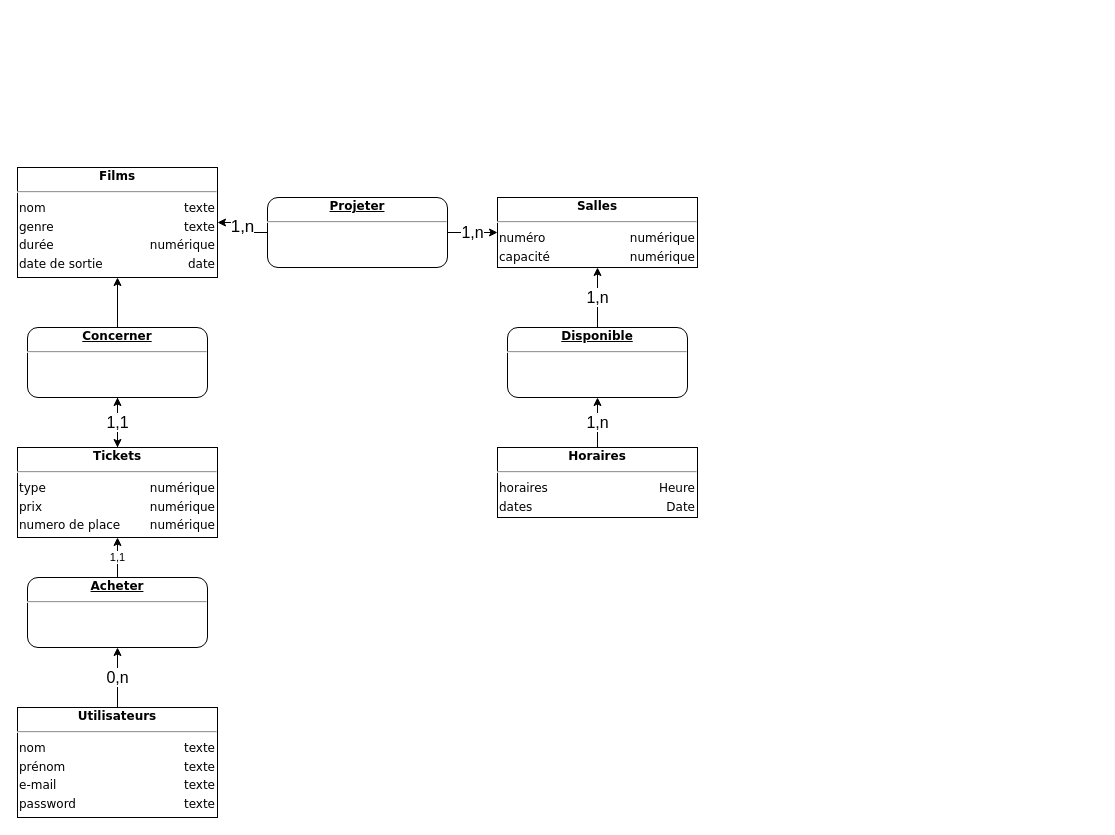
The draw.io diagram Documentation/projweb.drawio in TCamoes15/PROJWEB-BDD, before the edit. Source tidied: cells renumbered, new cells numbered last; positions are measured from the earlier drawing's top-left corner, leaving out a move shared by most shapes. Both pictures are drawn from the tidied source at 100%, with x=0, y=0 at pixel (17, 167).
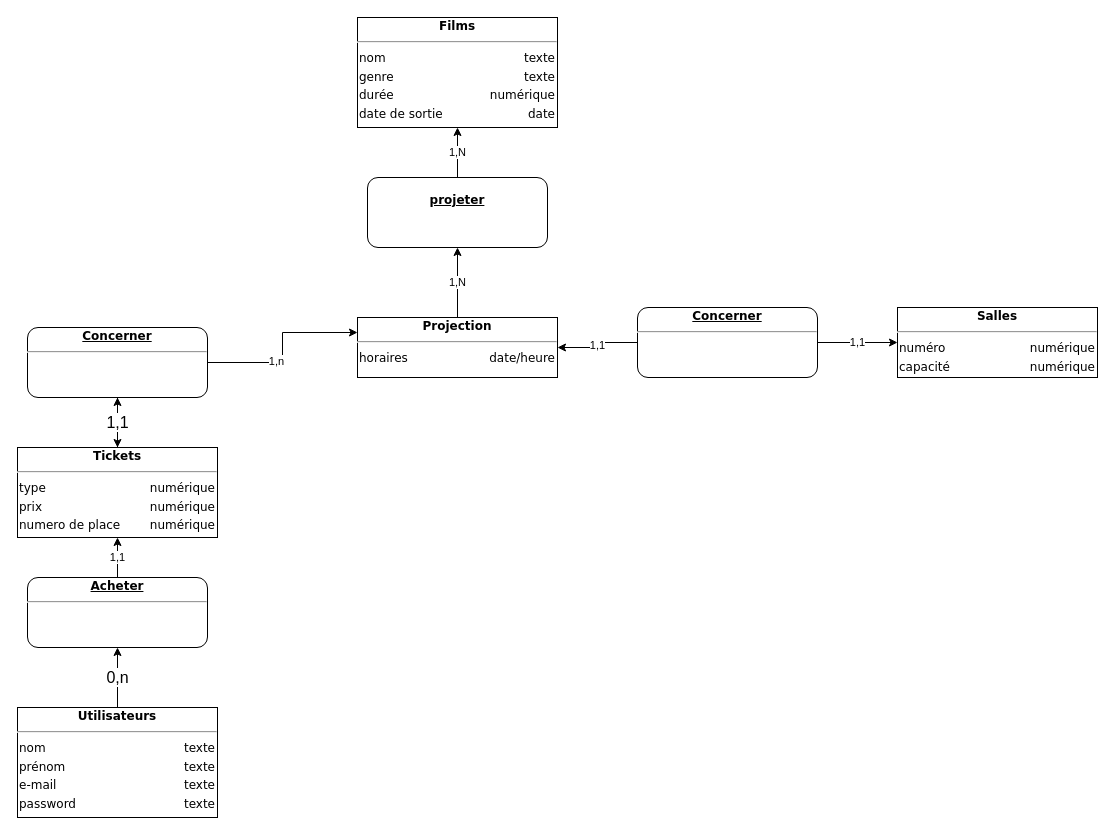
Above is the later version.

The change refers to these unchanged cells:
```xml
<mxCell id="14" value="&lt;div style=&quot;box-sizing: border-box ; width: 100% ; padding: 2px&quot;&gt;&lt;span style=&quot;background-color: rgb(255 , 255 , 255)&quot;&gt;&lt;b&gt;&lt;u&gt;Concerner&lt;/u&gt;&lt;/b&gt;&lt;/span&gt;&lt;/div&gt;&lt;hr&gt;&lt;table style=&quot;width: 100% ; font-size: 1em&quot; cellpadding=&quot;2&quot; cellspacing=&quot;0&quot;&gt;&lt;tbody&gt;&lt;tr&gt;&lt;td style=&quot;text-align: left&quot;&gt;&lt;br&gt;&lt;/td&gt;&lt;td style=&quot;text-align: right&quot;&gt;&lt;br&gt;&lt;/td&gt;&lt;/tr&gt;&lt;tr&gt;&lt;td style=&quot;text-align: left&quot;&gt;&lt;br&gt;&lt;/td&gt;&lt;td style=&quot;text-align: right&quot;&gt;&lt;br&gt;&lt;/td&gt;&lt;/tr&gt;&lt;/tbody&gt;&lt;/table&gt;" style="verticalAlign=top;align=center;overflow=fill;html=1;rounded=1;shadow=0;comic=0;labelBackgroundColor=none;strokeColor=#000000;strokeWidth=1;fillColor=#ffffff;fontFamily=Verdana;fontSize=12;fontColor=#000000;" parent="1" vertex="1">
  <mxGeometry x="10" y="160" width="180" height="70" as="geometry" />
</mxCell>
```

The edit, as a diff of the source:
```diff
@@
     <mxCell id="4" value="&lt;div style=&quot;box-sizing: border-box ; width: 100% ; padding: 2px&quot;&gt;&lt;span style=&quot;background-color: rgb(255 , 255 , 255)&quot;&gt;&lt;b&gt;Films&lt;/b&gt;&lt;/span&gt;&lt;/div&gt;&lt;hr&gt;&lt;table style=&quot;width: 100% ; font-size: 1em&quot; cellpadding=&quot;2&quot; cellspacing=&quot;0&quot;&gt;&lt;tbody&gt;&lt;tr&gt;&lt;td style=&quot;text-align: left&quot;&gt;nom&amp;nbsp;&lt;/td&gt;&lt;td style=&quot;text-align: right&quot;&gt;texte&lt;/td&gt;&lt;/tr&gt;&lt;tr&gt;&lt;td style=&quot;text-align: left&quot;&gt;genre&lt;/td&gt;&lt;td style=&quot;text-align: right&quot;&gt;texte&lt;/td&gt;&lt;/tr&gt;&lt;tr&gt;&lt;td style=&quot;text-align: left&quot;&gt;durée&lt;/td&gt;&lt;td style=&quot;text-align: right&quot;&gt;numérique&lt;/td&gt;&lt;/tr&gt;&lt;tr&gt;&lt;td style=&quot;text-align: left&quot;&gt;date de sortie&lt;/td&gt;&lt;td style=&quot;text-align: right&quot;&gt;date&lt;/td&gt;&lt;/tr&gt;&lt;/tbody&gt;&lt;/table&gt;" style="verticalAlign=top;align=center;overflow=fill;html=1;rounded=0;shadow=0;comic=0;labelBackgroundColor=none;strokeColor=#000000;strokeWidth=1;fillColor=#ffffff;fontFamily=Verdana;fontSize=12;fontColor=#000000;" parent="1" vertex="1">
-      <mxGeometry width="200" height="110" as="geometry" />
+      <mxGeometry x="340" y="-150" width="200" height="110" as="geometry" />
     </mxCell>
     <mxCell id="5" value="&lt;div style=&quot;box-sizing: border-box ; width: 100% ; padding: 2px&quot;&gt;&lt;span style=&quot;background-color: rgb(255 , 255 , 255)&quot;&gt;&lt;b&gt;Salles&lt;/b&gt;&lt;/span&gt;&lt;/div&gt;&lt;hr&gt;&lt;table style=&quot;width: 100% ; font-size: 1em&quot; cellpadding=&quot;2&quot; cellspacing=&quot;0&quot;&gt;&lt;tbody&gt;&lt;tr&gt;&lt;td style=&quot;text-align: left&quot;&gt;numéro&lt;/td&gt;&lt;td style=&quot;text-align: right&quot;&gt;numérique&lt;/td&gt;&lt;/tr&gt;&lt;tr&gt;&lt;td style=&quot;text-align: left&quot;&gt;capacité&lt;/td&gt;&lt;td style=&quot;text-align: right&quot;&gt;numérique&lt;/td&gt;&lt;/tr&gt;&lt;tr&gt;&lt;td style=&quot;text-align: left&quot;&gt;&lt;/td&gt;&lt;td style=&quot;text-align: right&quot;&gt;&lt;br&gt;&lt;/td&gt;&lt;/tr&gt;&lt;/tbody&gt;&lt;/table&gt;" style="verticalAlign=top;align=center;overflow=fill;html=1;rounded=0;shadow=0;comic=0;labelBackgroundColor=none;strokeColor=#000000;strokeWidth=1;fillColor=#ffffff;fontFamily=Verdana;fontSize=12;fontColor=#000000;" parent="1" vertex="1">
-      <mxGeometry x="480" y="30" width="200" height="70" as="geometry" />
+      <mxGeometry x="880" y="140" width="200" height="70" as="geometry" />
     </mxCell>
@@
-    <mxCell id="8" value="&lt;font style=&quot;font-size: 16px&quot;&gt;1,n&lt;/font&gt;" style="edgeStyle=orthogonalEdgeStyle;rounded=0;jettySize=auto;html=1;exitX=0.5;exitY=0;exitDx=0;exitDy=0;entryX=0.5;entryY=1;entryDx=0;entryDy=0;" parent="1" edge="1" source="9" target="16">
-      <mxGeometry relative="1" as="geometry" />
-    </mxCell>
-    <mxCell id="9" value="&lt;div style=&quot;box-sizing: border-box ; width: 100% ; padding: 2px&quot;&gt;&lt;span style=&quot;background-color: rgb(255 , 255 , 255)&quot;&gt;&lt;b&gt;Horaires&lt;/b&gt;&lt;/span&gt;&lt;/div&gt;&lt;hr&gt;&lt;table style=&quot;width: 100% ; font-size: 1em&quot; cellpadding=&quot;2&quot; cellspacing=&quot;0&quot;&gt;&lt;tbody&gt;&lt;tr&gt;&lt;td style=&quot;text-align: left&quot;&gt;horaires&lt;/td&gt;&lt;td style=&quot;text-align: right&quot;&gt;Heure&lt;/td&gt;&lt;/tr&gt;&lt;tr&gt;&lt;td style=&quot;text-align: left&quot;&gt;dates&lt;/td&gt;&lt;td style=&quot;text-align: right&quot;&gt;Date&lt;/td&gt;&lt;/tr&gt;&lt;tr&gt;&lt;td style=&quot;text-align: left&quot;&gt;&lt;/td&gt;&lt;td style=&quot;text-align: right&quot;&gt;&lt;br&gt;&lt;/td&gt;&lt;/tr&gt;&lt;/tbody&gt;&lt;/table&gt;" style="verticalAlign=top;align=center;overflow=fill;html=1;rounded=0;shadow=0;comic=0;labelBackgroundColor=none;strokeColor=#000000;strokeWidth=1;fillColor=#ffffff;fontFamily=Verdana;fontSize=12;fontColor=#000000;" parent="1" vertex="1">
-      <mxGeometry x="480" y="280" width="200" height="70" as="geometry" />
-    </mxCell>
@@
-    <mxCell id="12" style="edgeStyle=orthogonalEdgeStyle;rounded=0;jettySize=auto;html=1;exitX=0.5;exitY=0;exitDx=0;exitDy=0;entryX=0.5;entryY=1;entryDx=0;entryDy=0;" parent="1" edge="1" source="14" target="4">
-      <mxGeometry relative="1" as="geometry" />
-    </mxCell>
@@
+    <mxCell id="20" style="edgeStyle=orthogonalEdgeStyle;rounded=0;jettySize=auto;html=1;entryX=0;entryY=0.25;entryDx=0;entryDy=0;" parent="1" edge="1" source="14" target="23">
+      <mxGeometry relative="1" as="geometry" />
+    </mxCell>
+    <mxCell id="21" value="1,n" style="edgeLabel;html=1;align=center;verticalAlign=middle;" parent="20" vertex="1">
+      <mxGeometry x="-0.24" y="2" relative="1" as="geometry" />
+    </mxCell>
@@
-    <mxCell id="15" value="&lt;font style=&quot;font-size: 16px&quot;&gt;1,n&lt;/font&gt;" style="edgeStyle=orthogonalEdgeStyle;rounded=0;jettySize=auto;html=1;exitX=0.5;exitY=0;exitDx=0;exitDy=0;entryX=0.5;entryY=1;entryDx=0;entryDy=0;" parent="1" edge="1" source="16" target="5">
-      <mxGeometry relative="1" as="geometry" />
-    </mxCell>
-    <mxCell id="16" value="&lt;div style=&quot;box-sizing: border-box ; width: 100% ; padding: 2px&quot;&gt;&lt;span style=&quot;background-color: rgb(255 , 255 , 255)&quot;&gt;&lt;b&gt;&lt;u&gt;Disponible&lt;/u&gt;&lt;/b&gt;&lt;/span&gt;&lt;/div&gt;&lt;hr&gt;&lt;table style=&quot;width: 100% ; font-size: 1em&quot; cellpadding=&quot;2&quot; cellspacing=&quot;0&quot;&gt;&lt;tbody&gt;&lt;tr&gt;&lt;td style=&quot;text-align: left&quot;&gt;&lt;br&gt;&lt;/td&gt;&lt;td style=&quot;text-align: right&quot;&gt;&lt;br&gt;&lt;/td&gt;&lt;/tr&gt;&lt;tr&gt;&lt;td style=&quot;text-align: left&quot;&gt;&lt;br&gt;&lt;/td&gt;&lt;td style=&quot;text-align: right&quot;&gt;&lt;br&gt;&lt;/td&gt;&lt;/tr&gt;&lt;/tbody&gt;&lt;/table&gt;" style="verticalAlign=top;align=center;overflow=fill;html=1;rounded=1;shadow=0;comic=0;labelBackgroundColor=none;strokeColor=#000000;strokeWidth=1;fillColor=#ffffff;fontFamily=Verdana;fontSize=12;fontColor=#000000;" parent="1" vertex="1">
-      <mxGeometry x="490" y="160" width="180" height="70" as="geometry" />
-    </mxCell>
-    <mxCell id="17" value="&lt;font style=&quot;font-size: 16px&quot;&gt;1,n&lt;/font&gt;" style="edgeStyle=orthogonalEdgeStyle;rounded=0;jettySize=auto;html=1;exitX=1;exitY=0.5;exitDx=0;exitDy=0;entryX=0;entryY=0.5;entryDx=0;entryDy=0;" parent="1" edge="1" source="19" target="5">
-      <mxGeometry relative="1" as="geometry" />
-    </mxCell>
-    <mxCell id="18" value="&lt;font style=&quot;font-size: 17px&quot;&gt;1,n&lt;/font&gt;" style="edgeStyle=orthogonalEdgeStyle;rounded=0;jettySize=auto;html=1;exitX=0;exitY=0.5;exitDx=0;exitDy=0;entryX=1;entryY=0.5;entryDx=0;entryDy=0;" parent="1" edge="1" source="19" target="4">
-      <mxGeometry relative="1" as="geometry" />
-    </mxCell>
-    <mxCell id="19" value="&lt;div style=&quot;box-sizing: border-box ; width: 100% ; padding: 2px&quot;&gt;&lt;span style=&quot;background-color: rgb(255 , 255 , 255)&quot;&gt;&lt;b&gt;&lt;u&gt;Projeter&lt;/u&gt;&lt;/b&gt;&lt;/span&gt;&lt;/div&gt;&lt;hr&gt;&lt;table style=&quot;width: 100% ; font-size: 1em&quot; cellpadding=&quot;2&quot; cellspacing=&quot;0&quot;&gt;&lt;tbody&gt;&lt;tr&gt;&lt;td style=&quot;text-align: left&quot;&gt;&lt;br&gt;&lt;/td&gt;&lt;td style=&quot;text-align: right&quot;&gt;&lt;br&gt;&lt;/td&gt;&lt;/tr&gt;&lt;tr&gt;&lt;td style=&quot;text-align: left&quot;&gt;&lt;br&gt;&lt;/td&gt;&lt;td style=&quot;text-align: right&quot;&gt;&lt;br&gt;&lt;/td&gt;&lt;/tr&gt;&lt;/tbody&gt;&lt;/table&gt;" style="verticalAlign=top;align=center;overflow=fill;html=1;rounded=1;shadow=0;comic=0;labelBackgroundColor=none;strokeColor=#000000;strokeWidth=1;fillColor=#ffffff;fontFamily=Verdana;fontSize=12;fontColor=#000000;" parent="1" vertex="1">
-      <mxGeometry x="250" y="30" width="180" height="70" as="geometry" />
-    </mxCell>
+    <mxCell id="22" value="1,N" style="edgeStyle=orthogonalEdgeStyle;rounded=0;jettySize=auto;html=1;exitX=0.5;exitY=0;exitDx=0;exitDy=0;" parent="1" edge="1" source="23" target="25">
+      <mxGeometry relative="1" as="geometry" />
+    </mxCell>
+    <mxCell id="23" value="&lt;div style=&quot;box-sizing: border-box ; width: 100% ; padding: 2px&quot;&gt;&lt;span style=&quot;background-color: rgb(255 , 255 , 255)&quot;&gt;&lt;b&gt;Projection&lt;/b&gt;&lt;/span&gt;&lt;/div&gt;&lt;hr&gt;&lt;table style=&quot;width: 100% ; font-size: 1em&quot; cellpadding=&quot;2&quot; cellspacing=&quot;0&quot;&gt;&lt;tbody&gt;&lt;tr&gt;&lt;td style=&quot;text-align: left&quot;&gt;horaires&lt;/td&gt;&lt;td style=&quot;text-align: right&quot;&gt;date/heure&lt;/td&gt;&lt;/tr&gt;&lt;tr&gt;&lt;td style=&quot;text-align: left&quot;&gt;&lt;br&gt;&lt;/td&gt;&lt;td style=&quot;text-align: right&quot;&gt;&lt;/td&gt;&lt;/tr&gt;&lt;/tbody&gt;&lt;/table&gt;" style="verticalAlign=top;align=center;overflow=fill;html=1;rounded=0;shadow=0;comic=0;labelBackgroundColor=none;strokeColor=#000000;strokeWidth=1;fillColor=#ffffff;fontFamily=Verdana;fontSize=12;fontColor=#000000;" parent="1" vertex="1">
+      <mxGeometry x="340" y="150" width="200" height="60" as="geometry" />
+    </mxCell>
+    <mxCell id="24" value="1,N" style="edgeStyle=orthogonalEdgeStyle;rounded=0;jettySize=auto;html=1;" parent="1" edge="1" source="25" target="4">
+      <mxGeometry relative="1" as="geometry" />
+    </mxCell>
+    <mxCell id="25" value="&lt;div style=&quot;box-sizing: border-box ; width: 100% ; padding: 2px&quot;&gt;&lt;br&gt;&lt;span style=&quot;background-color: rgb(255 , 255 , 255)&quot;&gt;&lt;b&gt;&lt;u&gt;projeter&lt;/u&gt;&lt;/b&gt;&lt;/span&gt;&lt;table style=&quot;width: 100% ; font-size: 1em&quot; cellpadding=&quot;2&quot; cellspacing=&quot;0&quot;&gt;&lt;tbody&gt;&lt;tr&gt;&lt;td style=&quot;text-align: left&quot;&gt;&lt;/td&gt;&lt;td style=&quot;text-align: right&quot;&gt;&lt;/td&gt;&lt;/tr&gt;&lt;tr&gt;&lt;td style=&quot;font-size: 1em ; text-align: left&quot;&gt;&lt;/td&gt;&lt;/tr&gt;&lt;/tbody&gt;&lt;/table&gt;&lt;/div&gt;" style="verticalAlign=top;align=center;overflow=fill;html=1;rounded=1;shadow=0;comic=0;labelBackgroundColor=none;strokeColor=#000000;strokeWidth=1;fillColor=#ffffff;fontFamily=Verdana;fontSize=12;fontColor=#000000;" parent="1" vertex="1">
+      <mxGeometry x="350" y="10" width="180" height="70" as="geometry" />
+    </mxCell>
+    <mxCell id="26" value="1,1" style="edgeStyle=orthogonalEdgeStyle;rounded=0;jettySize=auto;html=1;" parent="1" edge="1" source="28" target="23">
+      <mxGeometry relative="1" as="geometry" />
+    </mxCell>
+    <mxCell id="27" value="1,1" style="edgeStyle=orthogonalEdgeStyle;rounded=0;jettySize=auto;html=1;" parent="1" edge="1" source="28" target="5">
+      <mxGeometry relative="1" as="geometry" />
+    </mxCell>
+    <mxCell id="28" value="&lt;div style=&quot;box-sizing: border-box ; width: 100% ; padding: 2px&quot;&gt;&lt;span style=&quot;background-color: rgb(255 , 255 , 255)&quot;&gt;&lt;b&gt;&lt;u&gt;Concerner&lt;/u&gt;&lt;/b&gt;&lt;/span&gt;&lt;/div&gt;&lt;hr&gt;&lt;table style=&quot;width: 100% ; font-size: 1em&quot; cellpadding=&quot;2&quot; cellspacing=&quot;0&quot;&gt;&lt;tbody&gt;&lt;tr&gt;&lt;td style=&quot;text-align: left&quot;&gt;&lt;br&gt;&lt;/td&gt;&lt;td style=&quot;text-align: right&quot;&gt;&lt;br&gt;&lt;/td&gt;&lt;/tr&gt;&lt;tr&gt;&lt;td style=&quot;text-align: left&quot;&gt;&lt;br&gt;&lt;/td&gt;&lt;td style=&quot;text-align: right&quot;&gt;&lt;br&gt;&lt;/td&gt;&lt;/tr&gt;&lt;/tbody&gt;&lt;/table&gt;" style="verticalAlign=top;align=center;overflow=fill;html=1;rounded=1;shadow=0;comic=0;labelBackgroundColor=none;strokeColor=#000000;strokeWidth=1;fillColor=#ffffff;fontFamily=Verdana;fontSize=12;fontColor=#000000;" parent="1" vertex="1">
+      <mxGeometry x="620" y="140" width="180" height="70" as="geometry" />
+    </mxCell>
```
